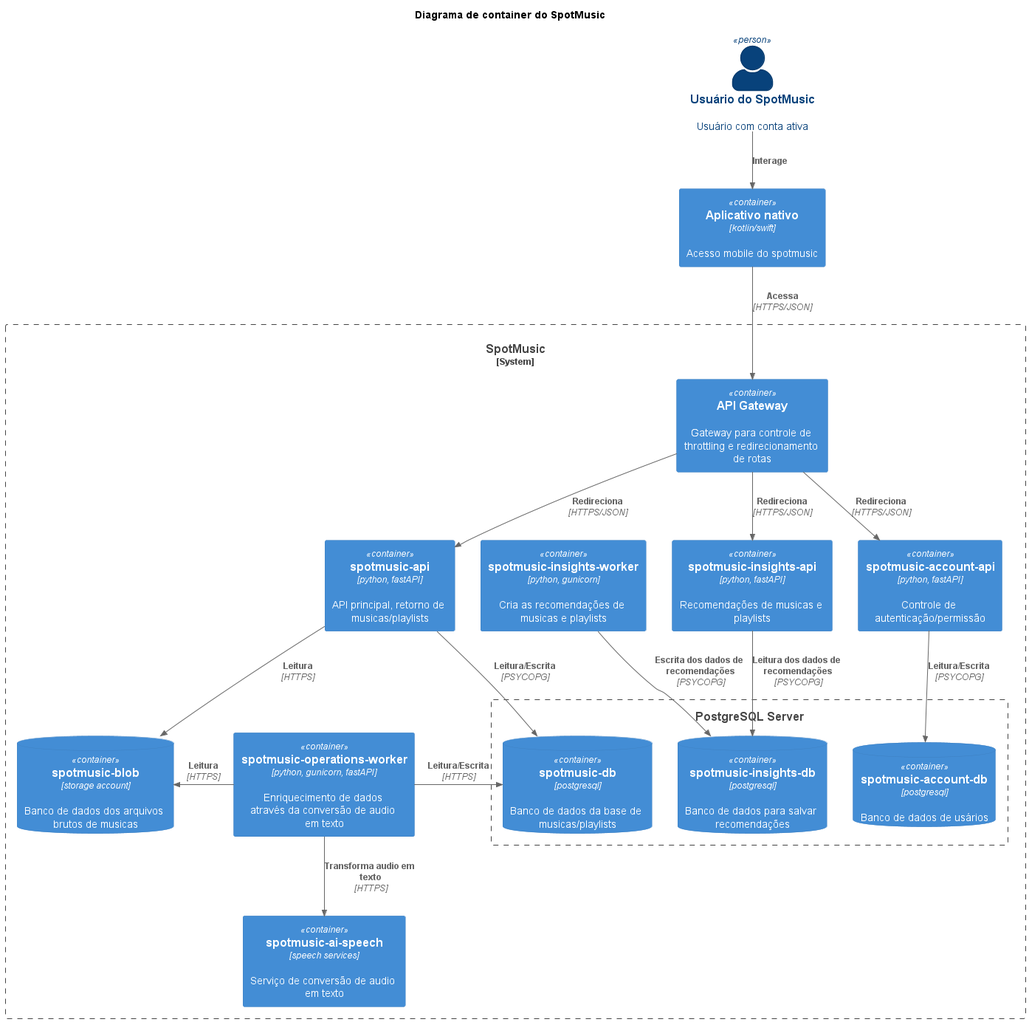
This is c4/build/02_01_container.png from spotmusic-grupo-9/spotmusic_docs, a PlantUML export, as it was before one commit. Its diagram source:
```plantuml
@startuml
!include https://raw.githubusercontent.com/plantuml-stdlib/C4-PlantUML/master/C4_Component.puml

SHOW_PERSON_PORTRAIT()

title Diagrama de container do SpotMusic

Person(usuario, "Usuário do SpotMusic", "Usuário com conta ativa")
Container(sm_mobile, "Aplicativo nativo", "kotlin/swift", "Acesso mobile do spotmusic")

System_Boundary(c1, "SpotMusic") {

    Container(sm_gateway, "API Gateway", "", "Gateway para controle de throttling e redirecionamento de rotas")

    Container(sm_account_api, "spotmusic-account-api", "python, fastAPI", "Controle de autenticação/permissão")

    Container(sm_api, "spotmusic-api", "python, fastAPI", "API principal, retorno de musicas/playlists")

    ContainerDb(sm_blob, "spotmusic-blob", "storage account", "Banco de dados dos arquivos brutos de musicas")

    Container(sm_operations_worker, "spotmusic-operations-worker", "python, gunicorn, fastAPI", "Enriquecimento de dados através da conversão de audio em texto")
    Container(sm_ai_speech, "spotmusic-ai-speech", "speech services", "Serviço de conversão de audio em texto")

    Container(sm_insights_api, "spotmusic-insights-api", "python, fastAPI", "Recomendações de musicas e playlists")
    Container(sm_insights_worker, "spotmusic-insights-worker", "python, gunicorn", "Cria as recomendações de musicas e playlists")

    Boundary(c2, "PostgreSQL Server") {
        ContainerDb(sm_account_db, "spotmusic-account-db", "postgresql", "Banco de dados de usários")
        ContainerDb(sm_db, "spotmusic-db", "postgresql", "Banco de dados da base de musicas/playlists")
        ContainerDb(sm_insights_db, "spotmusic-insights-db", "postgresql", "Banco de dados para salvar recomendações")
    }

}

Rel(usuario, sm_mobile, "Interage")
Rel(sm_mobile, sm_gateway, "Acessa", "HTTPS/JSON")


Rel(sm_gateway, sm_account_api, "Redireciona", "HTTPS/JSON")
Rel(sm_gateway, sm_api, "Redireciona", "HTTPS/JSON")
Rel(sm_gateway, sm_insights_api, "Redireciona", "HTTPS/JSON")

Rel(sm_account_api, sm_account_db, "Leitura/Escrita", "PSYCOPG")

Rel(sm_api, sm_db, "Leitura/Escrita", "PSYCOPG")
Rel(sm_api, sm_blob, "Leitura", "HTTPS")
Rel_Neighbor(sm_operations_worker, sm_blob, "Leitura", "HTTPS")
Rel_Neighbor(sm_operations_worker, sm_db, "Leitura/Escrita", "HTTPS")
Rel(sm_operations_worker, sm_ai_speech, "Transforma audio em texto", "HTTPS")


Rel(sm_insights_api, sm_insights_db, "Leitura dos dados de recomendações", "PSYCOPG")
Rel(sm_insights_worker, sm_insights_db, "Escrita dos dados de recomendações", "PSYCOPG")






@enduml
```
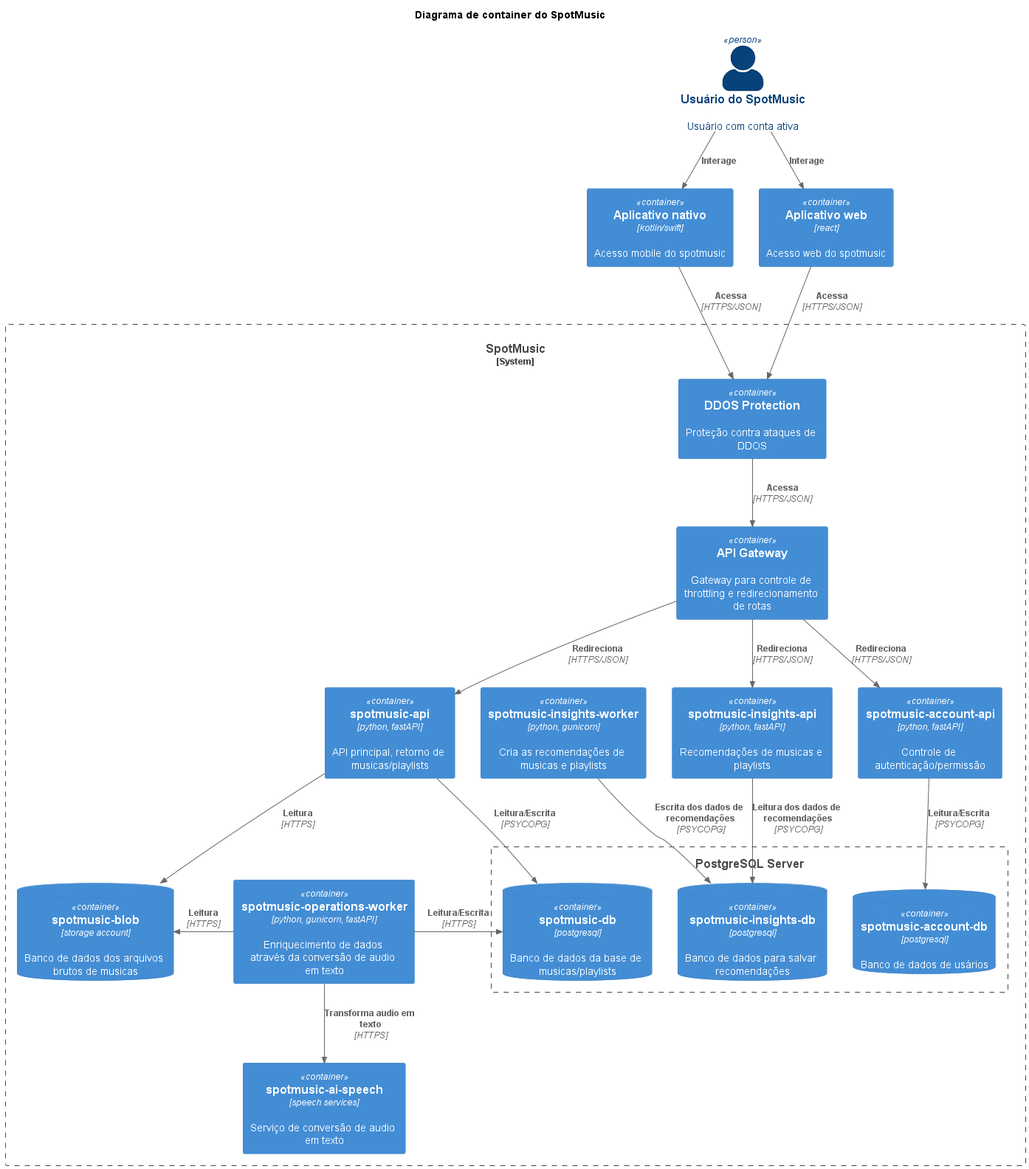
Later version of the same file.

Commit message:
docs: add interface web

Diff of the diagram source:
```diff
@@ -7,10 +7,13 @@
 
 Person(usuario, "Usuário do SpotMusic", "Usuário com conta ativa")
 Container(sm_mobile, "Aplicativo nativo", "kotlin/swift", "Acesso mobile do spotmusic")
+Container(sm_web, "Aplicativo web", "react", "Acesso web do spotmusic")
 
 System_Boundary(c1, "SpotMusic") {
 
     Container(sm_gateway, "API Gateway", "", "Gateway para controle de throttling e redirecionamento de rotas")
+
+    Container(sm_ddos, "DDOS Protection", "", "Proteção contra ataques de DDOS")
 
     Container(sm_account_api, "spotmusic-account-api", "python, fastAPI", "Controle de autenticação/permissão")
 
@@ -33,7 +36,10 @@
 }
 
 Rel(usuario, sm_mobile, "Interage")
-Rel(sm_mobile, sm_gateway, "Acessa", "HTTPS/JSON")
+Rel(usuario, sm_web, "Interage")
+Rel(sm_mobile, sm_ddos, "Acessa", "HTTPS/JSON")
+Rel(sm_web, sm_ddos, "Acessa", "HTTPS/JSON")
+Rel(sm_ddos, sm_gateway, "Acessa", "HTTPS/JSON")
 
 
 Rel(sm_gateway, sm_account_api, "Redireciona", "HTTPS/JSON")
```
